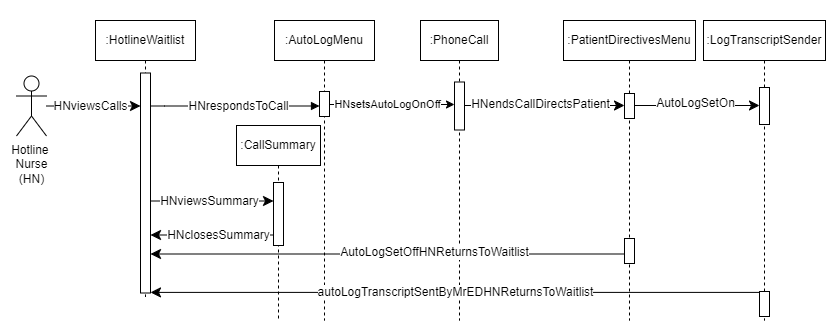
Before: AmirWork/M2/Nurse_Hotline_SequenceDiagram.drawio.png, a diagram exported from draw.io (SENG-350-2024-fall/Team9). Source tidied: cells renumbered, new cells last; positions are measured from the earlier drawing's top-left corner, leaving out a move shared by most shapes.
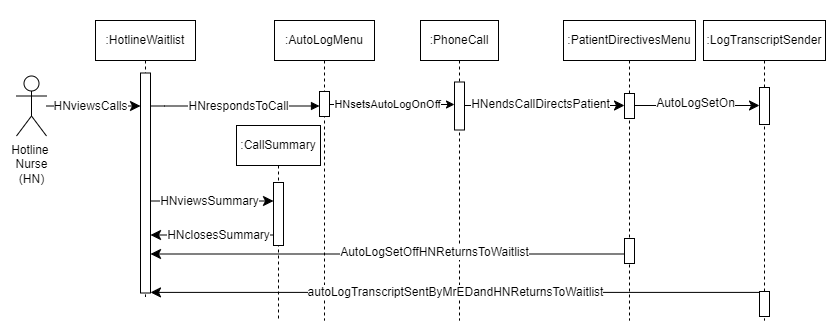
After the commit.

The edit, as a diff of the source:
```diff
@@ -138,7 +138,7 @@
         </Array>
       </mxGeometry>
     </mxCell>
-    <mxCell id="34" value="autoLogTranscriptSentByMrEDHNReturnsToWaitlist" style="edgeStyle=elbowEdgeStyle;curved=0;rounded=0;jettySize=auto;html=1;elbow=vertical;fontSize=12;startSize=8;endSize=8;" parent="1" edge="1" source="29" target="7">
+    <mxCell id="34" value="autoLogTranscriptSentByMrEDandHNReturnsToWaitlist" style="edgeStyle=elbowEdgeStyle;curved=0;rounded=0;jettySize=auto;html=1;elbow=vertical;fontSize=12;startSize=8;endSize=8;" parent="1" edge="1" source="29" target="7">
       <mxGeometry relative="1" as="geometry" />
     </mxCell>
   </root>
```
